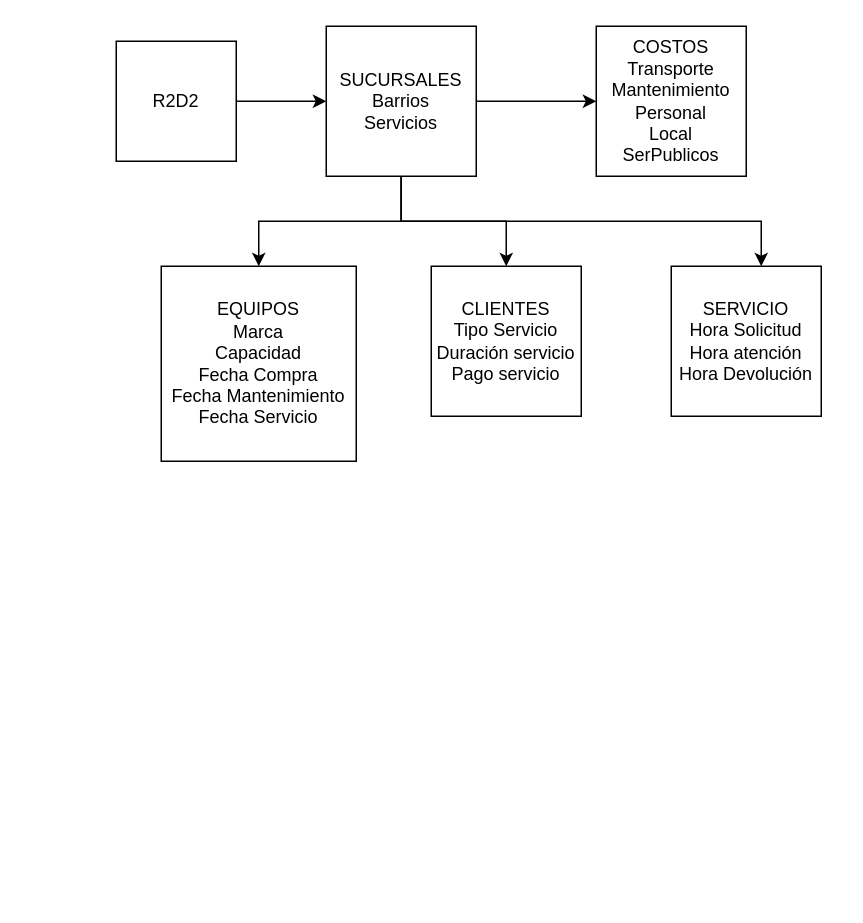
Above: DWH 01.drawio in sansoris/Cliente (draw.io), before the change. Source tidied: cells renumbered, new cells numbered last; positions are measured from the earlier drawing's top-left corner, leaving out a move shared by most shapes. Both pictures are drawn from the tidied source at 150%, with x=0, y=0 at pixel (116, 26).
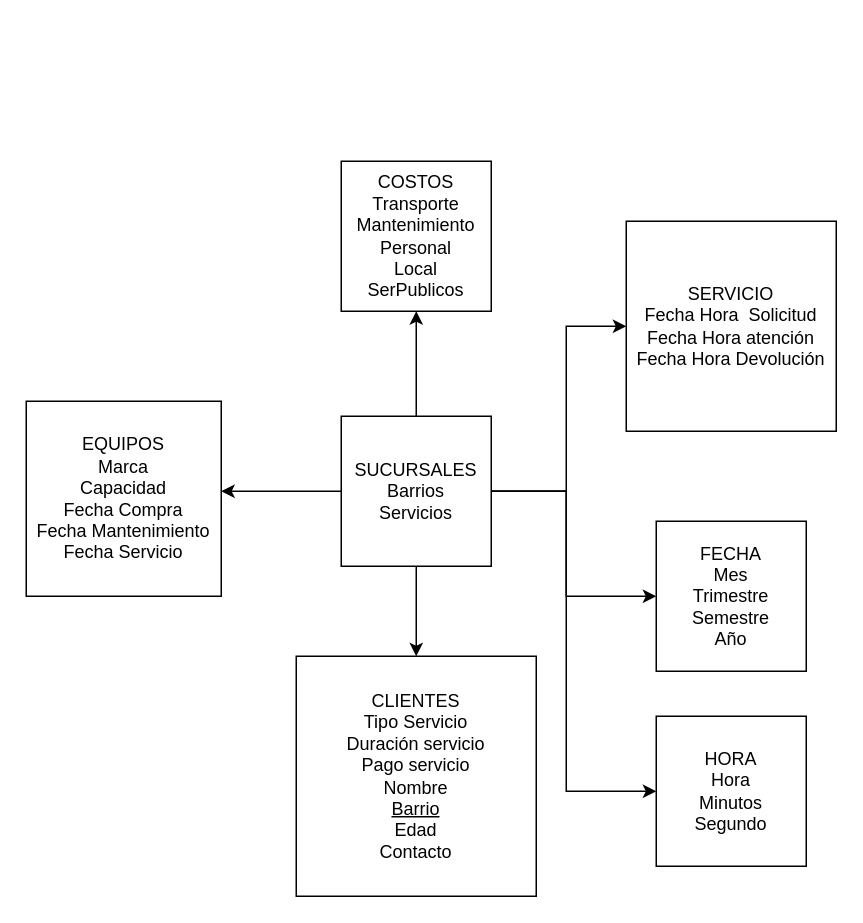
Above is the later version.

The edit, as a diff of the source:
```diff
@@
-    <mxCell id="2" style="edgeStyle=orthogonalEdgeStyle;rounded=0;jettySize=auto;html=1;" parent="1" edge="1" source="3" target="8">
-      <mxGeometry relative="1" as="geometry" />
-    </mxCell>
-    <mxCell id="3" value="R2D2" style="whiteSpace=wrap;html=1;" parent="1" vertex="1">
-      <mxGeometry y="10" width="80" height="80" as="geometry" />
-    </mxCell>
-    <mxCell id="4" style="edgeStyle=orthogonalEdgeStyle;rounded=0;jettySize=auto;html=1;" parent="1" edge="1" source="8" target="9">
-      <mxGeometry relative="1" as="geometry" />
-    </mxCell>
-    <mxCell id="5" style="edgeStyle=orthogonalEdgeStyle;rounded=0;jettySize=auto;html=1;" parent="1" edge="1" source="8" target="10">
-      <mxGeometry relative="1" as="geometry" />
+    <mxCell id="5" style="edgeStyle=orthogonalEdgeStyle;rounded=0;jettySize=auto;html=1;" parent="1" edge="1" source="8">
+      <mxGeometry relative="1" as="geometry">
+        <mxPoint x="70" y="310" as="targetPoint" />
+      </mxGeometry>
     </mxCell>
@@
-    <mxCell id="7" style="edgeStyle=orthogonalEdgeStyle;rounded=0;jettySize=auto;html=1;" parent="1" edge="1" source="8" target="12">
+    <mxCell id="7" style="edgeStyle=orthogonalEdgeStyle;rounded=0;jettySize=auto;html=1;exitX=1;exitY=0.5;exitDx=0;exitDy=0;exitPerimeter=0;" parent="1" edge="1" source="8" target="12">
       <mxGeometry relative="1" as="geometry">
         <Array as="points">
-          <mxPoint x="190" y="130" />
-          <mxPoint x="430" y="130" />
+          <mxPoint x="300" y="310" />
+          <mxPoint x="300" y="200" />
         </Array>
       </mxGeometry>
     </mxCell>
+    <mxCell id="4" style="edgeStyle=orthogonalEdgeStyle;rounded=0;jettySize=auto;html=1;" parent="1" edge="1" source="8" target="9">
+      <mxGeometry relative="1" as="geometry" />
+    </mxCell>
+    <mxCell id="13" style="edgeStyle=orthogonalEdgeStyle;rounded=0;jettySize=auto;html=1;entryX=0;entryY=0.5;entryDx=0;entryDy=0;exitX=1;exitY=0.5;exitDx=0;exitDy=0;" parent="1" edge="1" source="8" target="16">
+      <mxGeometry relative="1" as="geometry">
+        <Array as="points">
+          <mxPoint x="300" y="310" />
+          <mxPoint x="300" y="510" />
+        </Array>
+      </mxGeometry>
+    </mxCell>
+    <mxCell id="14" style="edgeStyle=orthogonalEdgeStyle;rounded=0;jettySize=auto;html=1;" parent="1" edge="1" source="8" target="15">
+      <mxGeometry relative="1" as="geometry">
+        <Array as="points">
+          <mxPoint x="300" y="310" />
+          <mxPoint x="300" y="380" />
+        </Array>
+      </mxGeometry>
+    </mxCell>
     <mxCell id="8" value="SUCURSALES&lt;br&gt;Barrios&lt;br&gt;Servicios" style="whiteSpace=wrap;html=1;" parent="1" vertex="1">
-      <mxGeometry x="140" width="100" height="100" as="geometry" />
+      <mxGeometry x="150" y="260" width="100" height="100" as="geometry" />
     </mxCell>
     <mxCell id="9" value="COSTOS&lt;br&gt;Transporte&lt;br&gt;Mantenimiento&lt;br&gt;Personal&lt;br&gt;Local&lt;br&gt;SerPublicos" style="whiteSpace=wrap;html=1;" parent="1" vertex="1">
-      <mxGeometry x="320" width="100" height="100" as="geometry" />
+      <mxGeometry x="150" y="90" width="100" height="100" as="geometry" />
     </mxCell>
     <mxCell id="10" value="EQUIPOS&lt;br&gt;Marca&lt;br&gt;Capacidad&lt;br&gt;Fecha Compra&lt;br&gt;Fecha Mantenimiento&lt;br&gt;Fecha Servicio" style="whiteSpace=wrap;html=1;" parent="1" vertex="1">
-      <mxGeometry x="30" y="160" width="130" height="130" as="geometry" />
+      <mxGeometry x="-60" y="250" width="130" height="130" as="geometry" />
     </mxCell>
-    <mxCell id="11" value="CLIENTES&lt;br&gt;Tipo Servicio&lt;br&gt;Duración servicio&lt;br&gt;Pago servicio" style="whiteSpace=wrap;html=1;" parent="1" vertex="1">
-      <mxGeometry x="210" y="160" width="100" height="100" as="geometry" />
+    <mxCell id="11" value="CLIENTES&lt;br&gt;Tipo Servicio&lt;br&gt;Duración servicio&lt;br&gt;Pago servicio&lt;br&gt;Nombre&lt;br&gt;&lt;u&gt;Barrio&lt;br&gt;&lt;/u&gt;Edad&lt;br&gt;Contacto" style="whiteSpace=wrap;html=1;" parent="1" vertex="1">
+      <mxGeometry x="120" y="420" width="160" height="160" as="geometry" />
     </mxCell>
-    <mxCell id="12" value="SERVICIO&lt;br&gt;Hora Solicitud&lt;br&gt;Hora atención&lt;br&gt;Hora Devolución&lt;br&gt;" style="whiteSpace=wrap;html=1;" parent="1" vertex="1">
-      <mxGeometry x="370" y="160" width="100" height="100" as="geometry" />
+    <mxCell id="12" value="SERVICIO&lt;br&gt;Fecha Hora&amp;nbsp; Solicitud&lt;br&gt;Fecha Hora atención&lt;br&gt;Fecha Hora Devolución" style="whiteSpace=wrap;html=1;" parent="1" vertex="1">
+      <mxGeometry x="340" y="130" width="140" height="140" as="geometry" />
     </mxCell>
+    <mxCell id="15" value="FECHA&lt;br&gt;Mes&lt;br&gt;Trimestre&lt;br&gt;Semestre&lt;br&gt;Año" style="whiteSpace=wrap;html=1;" parent="1" vertex="1">
+      <mxGeometry x="360" y="330" width="100" height="100" as="geometry" />
+    </mxCell>
+    <mxCell id="16" value="HORA&lt;br&gt;Hora&lt;br&gt;Minutos&lt;br&gt;Segundo" style="whiteSpace=wrap;html=1;" parent="1" vertex="1">
+      <mxGeometry x="360" y="460" width="100" height="100" as="geometry" />
+    </mxCell>
```
